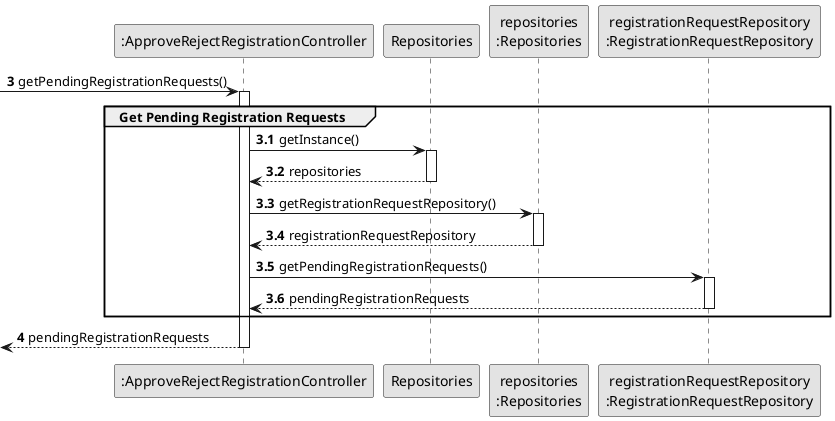
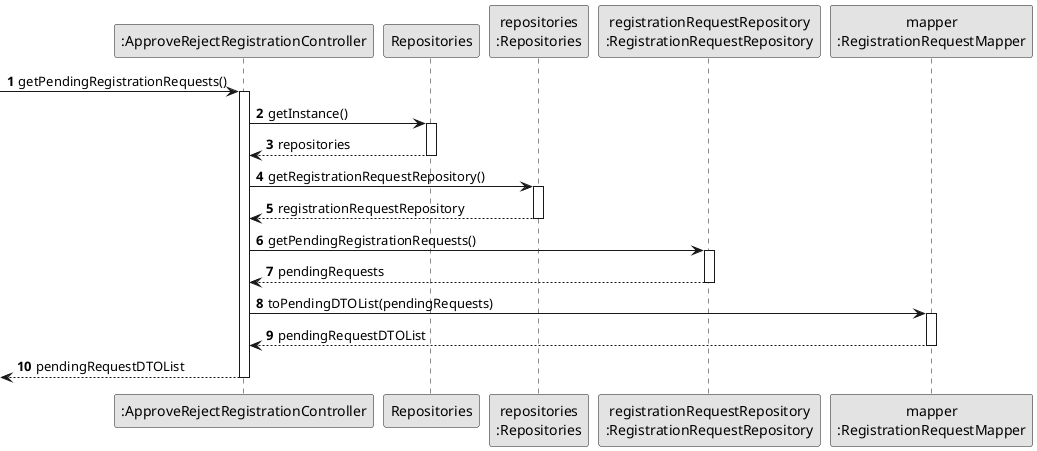
@startuml
skinparam monochrome true
skinparam packageStyle rectangle
skinparam shadowing false

participant ":ApproveRejectRegistrationController" as CTRL
participant "Repositories" as REPOS
participant "repositories\n:Repositories" as REPOS_SINGLETON
participant "registrationRequestRepository\n:RegistrationRequestRepository" as REQ_REPO
+ participant "mapper\n:RegistrationRequestMapper" as MAPPER

- autonumber 3
+ autonumber
-> CTRL : getPendingRegistrationRequests()
+ activate CTRL
+     CTRL -> REPOS : getInstance()
+     activate REPOS
+         REPOS --> CTRL : repositories
+     deactivate REPOS

- autonumber 3.1
- activate CTRL
+     CTRL -> REPOS_SINGLETON : getRegistrationRequestRepository()
+     activate REPOS_SINGLETON
+         REPOS_SINGLETON --> CTRL : registrationRequestRepository
+     deactivate REPOS_SINGLETON

-     group Get Pending Registration Requests
+     CTRL -> REQ_REPO : getPendingRegistrationRequests()
+     activate REQ_REPO
+         REQ_REPO --> CTRL : pendingRequests
+     deactivate REQ_REPO

-         CTRL -> REPOS : getInstance()
-         activate REPOS
-             REPOS --> CTRL : repositories
-         deactivate REPOS
+     CTRL -> MAPPER : toPendingDTOList(pendingRequests)
+     activate MAPPER
+         MAPPER --> CTRL : pendingRequestDTOList
+     deactivate MAPPER

-         CTRL -> REPOS_SINGLETON : getRegistrationRequestRepository()
-         activate REPOS_SINGLETON
-             REPOS_SINGLETON --> CTRL : registrationRequestRepository
-         deactivate REPOS_SINGLETON
- 
-         CTRL -> REQ_REPO : getPendingRegistrationRequests()
-         activate REQ_REPO
-             REQ_REPO --> CTRL : pendingRegistrationRequests
-         deactivate REQ_REPO
- 
-     end
- 
-     autonumber 4
-     <-- CTRL : pendingRegistrationRequests
- 
+     <-- CTRL : pendingRequestDTOList
deactivate CTRL

- @enduml+ @enduml
